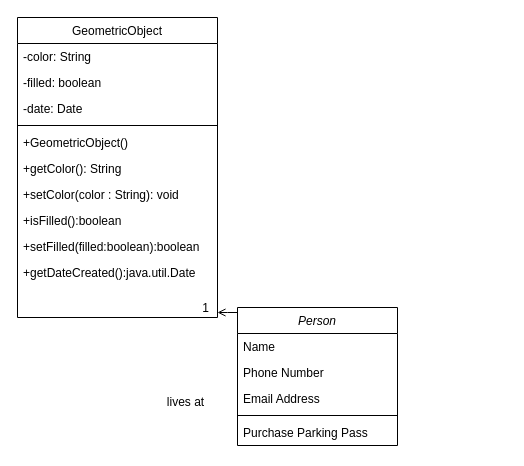
Above: Untitled Diagram.drawio in JamsherBhanbhro/LintCode (draw.io), before the change. Source tidied: cells renumbered, new cells numbered last; positions are measured from the earlier drawing's top-left corner, leaving out a move shared by most shapes. Both pictures are drawn from the tidied source at 100%, with x=0, y=0 at pixel (17, 17).
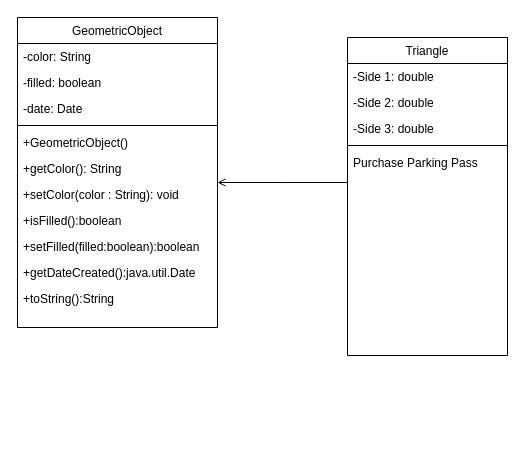
Above is the later version.

The change refers to these unchanged cells:
```xml
<mxCell id="2" style="endArrow=open;shadow=0;strokeWidth=1;rounded=0;endFill=1;edgeStyle=elbowEdgeStyle;elbow=vertical;" parent="1" edge="1" source="16" target="5">
  <mxGeometry x="0.5" y="41" relative="1" as="geometry">
    <mxPoint x="-40" y="32" as="offset" />
  </mxGeometry>
</mxCell>
```

Diff of the diagram source:
```diff
@@
-    <mxCell id="3" value="1" style="align=right;verticalAlign=bottom;labelBackgroundColor=none;fontSize=12;" parent="2" vertex="1">
-      <mxGeometry x="1" relative="1" as="geometry">
-        <mxPoint x="-7" y="4" as="offset" />
-      </mxGeometry>
-    </mxCell>
-    <mxCell id="4" value="lives at" style="text;html=1;align=center;verticalAlign=middle;labelBackgroundColor=none;rounded=0;shadow=0;strokeWidth=1;fontSize=12;" parent="2" vertex="1">
-      <mxGeometry x="0.5" y="49" relative="1" as="geometry">
-        <mxPoint x="-38" y="40" as="offset" />
-      </mxGeometry>
-    </mxCell>
     <mxCell id="5" value="GeometricObject" style="swimlane;fontStyle=0;align=center;verticalAlign=top;horizontal=1;startSize=26;rounded=0;shadow=0;strokeWidth=1;" parent="1" vertex="1">
-      <mxGeometry width="200" height="300" as="geometry" />
+      <mxGeometry width="200" height="310" as="geometry" />
     </mxCell>
@@
+    <mxCell id="22" value="+toString():String" style="text;align=left;verticalAlign=top;spacingLeft=4;spacingRight=4;overflow=hidden;" parent="5" vertex="1">
+      <mxGeometry y="268" width="200" height="26" as="geometry" />
+    </mxCell>
-    <mxCell id="16" value="Person" style="swimlane;fontStyle=2;align=center;verticalAlign=top;horizontal=1;startSize=26;rounded=0;shadow=0;strokeWidth=1;" parent="1" vertex="1">
-      <mxGeometry x="220" y="290" width="160" height="138" as="geometry" />
+    <mxCell id="16" value="Triangle" style="swimlane;fontStyle=0;align=center;verticalAlign=top;horizontal=1;startSize=26;rounded=0;shadow=0;strokeWidth=1;" parent="1" vertex="1">
+      <mxGeometry x="330" y="20" width="160" height="318" as="geometry" />
     </mxCell>
-    <mxCell id="17" value="Name" style="text;align=left;verticalAlign=top;spacingLeft=4;spacingRight=4;overflow=hidden;" parent="16" vertex="1">
+    <mxCell id="17" value="-Side 1: double" style="text;align=left;verticalAlign=top;spacingLeft=4;spacingRight=4;overflow=hidden;" parent="16" vertex="1">
       <mxGeometry y="26" width="160" height="26" as="geometry" />
     </mxCell>
-    <mxCell id="18" value="Phone Number" style="text;align=left;verticalAlign=top;spacingLeft=4;spacingRight=4;overflow=hidden;rounded=0;shadow=0;html=0;" parent="16" vertex="1">
+    <mxCell id="18" value="-Side 2: double" style="text;align=left;verticalAlign=top;spacingLeft=4;spacingRight=4;overflow=hidden;rounded=0;shadow=0;html=0;" parent="16" vertex="1">
       <mxGeometry y="52" width="160" height="26" as="geometry" />
     </mxCell>
-    <mxCell id="19" value="Email Address" style="text;align=left;verticalAlign=top;spacingLeft=4;spacingRight=4;overflow=hidden;rounded=0;shadow=0;html=0;" parent="16" vertex="1">
+    <mxCell id="19" value="-Side 3: double" style="text;align=left;verticalAlign=top;spacingLeft=4;spacingRight=4;overflow=hidden;rounded=0;shadow=0;html=0;" parent="16" vertex="1">
       <mxGeometry y="78" width="160" height="26" as="geometry" />
     </mxCell>
```
